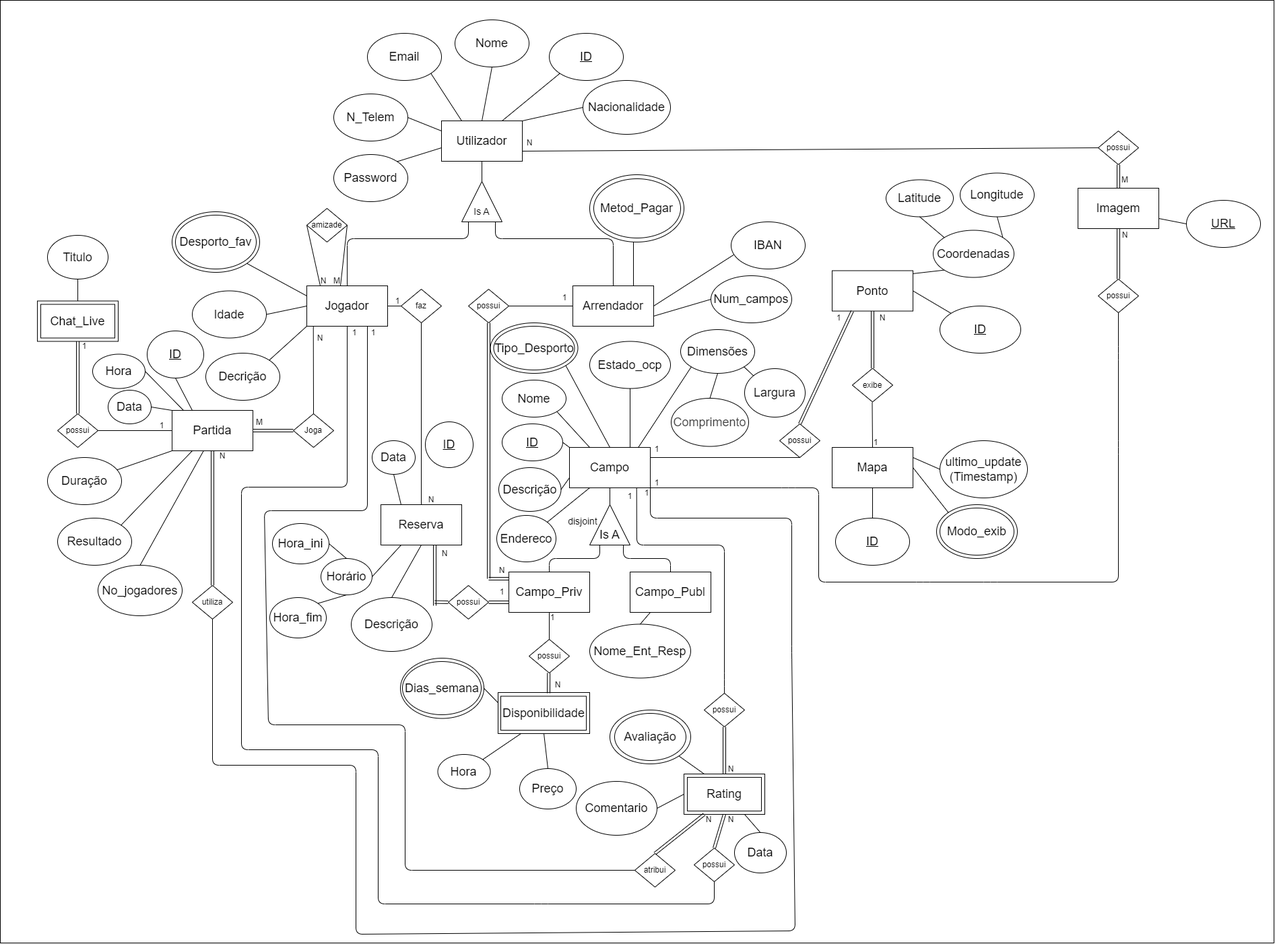
Above: DER_SL.png in Paul-Y5/Projeto_SPORTSLINK-BD (draw.io), before the change. Source tidied: cells renumbered, new cells last; positions are measured from the earlier drawing's top-left corner, leaving out a move shared by most shapes.
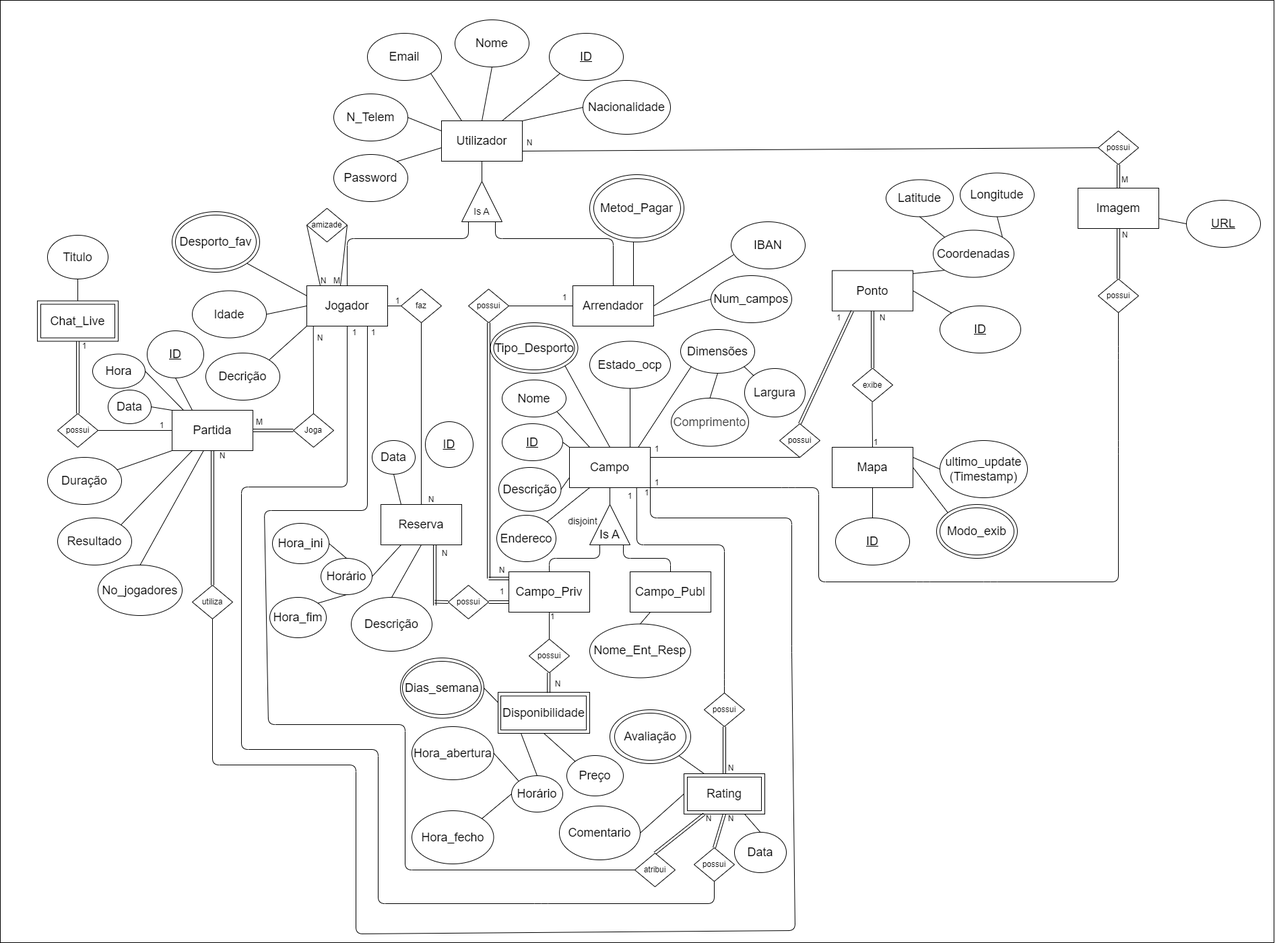
The same diagram one commit later.

Diff of the diagram source:
```diff
@@ -311,7 +311,7 @@
       </mxGeometry>
     </mxCell>
     <mxCell id="91" value="&lt;font style=&quot;font-size: 18px;&quot;&gt;Comentario&lt;/font&gt;" style="ellipse;whiteSpace=wrap;html=1;" parent="1" vertex="1">
-      <mxGeometry x="855" y="1160" width="120" height="80" as="geometry" />
+      <mxGeometry x="830" y="1197" width="120" height="80" as="geometry" />
     </mxCell>
     <mxCell id="92" style="endArrow=none;html=1;exitX=1;exitY=0.5;exitDx=0;exitDy=0;entryX=0;entryY=0.5;entryDx=0;entryDy=0;" parent="1" edge="1" source="91" target="71">
       <mxGeometry relative="1" as="geometry" />
@@ -591,9 +591,9 @@
       <mxGeometry relative="1" as="geometry" />
     </mxCell>
     <mxCell id="171" value="&lt;font style=&quot;font-size: 18px;&quot;&gt;Preço&lt;/font&gt;" style="ellipse;whiteSpace=wrap;html=1;" parent="1" vertex="1">
-      <mxGeometry x="771" y="1141" width="84" height="60" as="geometry" />
+      <mxGeometry x="841" y="1122" width="84" height="60" as="geometry" />
     </mxCell>
-    <mxCell id="172" style="endArrow=none;html=1;exitX=0.5;exitY=0;exitDx=0;exitDy=0;entryX=0.5;entryY=1;entryDx=0;entryDy=0;" parent="1" edge="1" source="171" target="53">
+    <mxCell id="172" style="endArrow=none;html=1;exitX=0;exitY=0;exitDx=0;exitDy=0;entryX=0.5;entryY=1;entryDx=0;entryDy=0;" parent="1" edge="1" source="171" target="53">
       <mxGeometry relative="1" as="geometry" />
     </mxCell>
     <mxCell id="173" value="possui" style="rhombus;whiteSpace=wrap;html=1;" parent="1" vertex="1">
@@ -710,10 +710,10 @@
     <mxCell id="204" style="endArrow=none;html=1;exitX=1;exitY=0;exitDx=0;exitDy=0;entryX=0.25;entryY=1;entryDx=0;entryDy=0;" parent="1" edge="1" source="29" target="45">
       <mxGeometry relative="1" as="geometry" />
     </mxCell>
-    <mxCell id="205" value="&lt;span style=&quot;font-size: 18px;&quot;&gt;Hora&lt;/span&gt;" style="ellipse;whiteSpace=wrap;html=1;" parent="1" vertex="1">
-      <mxGeometry x="649.5" y="1120" width="78" height="51" as="geometry" />
+    <mxCell id="205" value="&lt;span style=&quot;font-size: 18px;&quot;&gt;Hora_abertura&lt;/span&gt;" style="ellipse;whiteSpace=wrap;html=1;" parent="1" vertex="1">
+      <mxGeometry x="611" y="1079" width="121.5" height="79" as="geometry" />
     </mxCell>
-    <mxCell id="206" style="endArrow=none;html=1;entryX=1;entryY=0;entryDx=0;entryDy=0;exitX=0.25;exitY=1;exitDx=0;exitDy=0;" parent="1" edge="1" source="53" target="205">
+    <mxCell id="206" style="endArrow=none;html=1;entryX=1;entryY=0.5;entryDx=0;entryDy=0;exitX=0;exitY=0;exitDx=0;exitDy=0;" parent="1" edge="1" source="213" target="205">
       <mxGeometry relative="1" as="geometry" />
     </mxCell>
     <mxCell id="207" value="&lt;span style=&quot;font-size: 18px;&quot;&gt;Horário&lt;/span&gt;" style="ellipse;whiteSpace=wrap;html=1;" parent="1" vertex="1">
@@ -728,5 +728,17 @@
     <mxCell id="210" style="endArrow=none;html=1;entryX=1;entryY=0.5;entryDx=0;entryDy=0;exitX=0.25;exitY=1;exitDx=0;exitDy=0;" parent="1" edge="1" source="86" target="207">
       <mxGeometry relative="1" as="geometry" />
     </mxCell>
+    <mxCell id="211" value="&lt;span style=&quot;font-size: 18px;&quot;&gt;Hora_fecho&lt;/span&gt;" style="ellipse;whiteSpace=wrap;html=1;" parent="1" vertex="1">
+      <mxGeometry x="611" y="1204" width="121.5" height="79" as="geometry" />
+    </mxCell>
+    <mxCell id="212" style="endArrow=none;html=1;entryX=1;entryY=0;entryDx=0;entryDy=0;exitX=0;exitY=0.5;exitDx=0;exitDy=0;" parent="1" edge="1" source="213" target="211">
+      <mxGeometry relative="1" as="geometry" />
+    </mxCell>
+    <mxCell id="213" value="&lt;span style=&quot;font-size: 18px;&quot;&gt;Horário&lt;/span&gt;" style="ellipse;whiteSpace=wrap;html=1;" parent="1" vertex="1">
+      <mxGeometry x="759" y="1152" width="76" height="54" as="geometry" />
+    </mxCell>
+    <mxCell id="214" style="endArrow=none;html=1;exitX=0.5;exitY=0;exitDx=0;exitDy=0;entryX=0.25;entryY=1;entryDx=0;entryDy=0;" parent="1" edge="1" source="213" target="53">
+      <mxGeometry relative="1" as="geometry" />
+    </mxCell>
   </root>
 </mxGraphModel>
```
